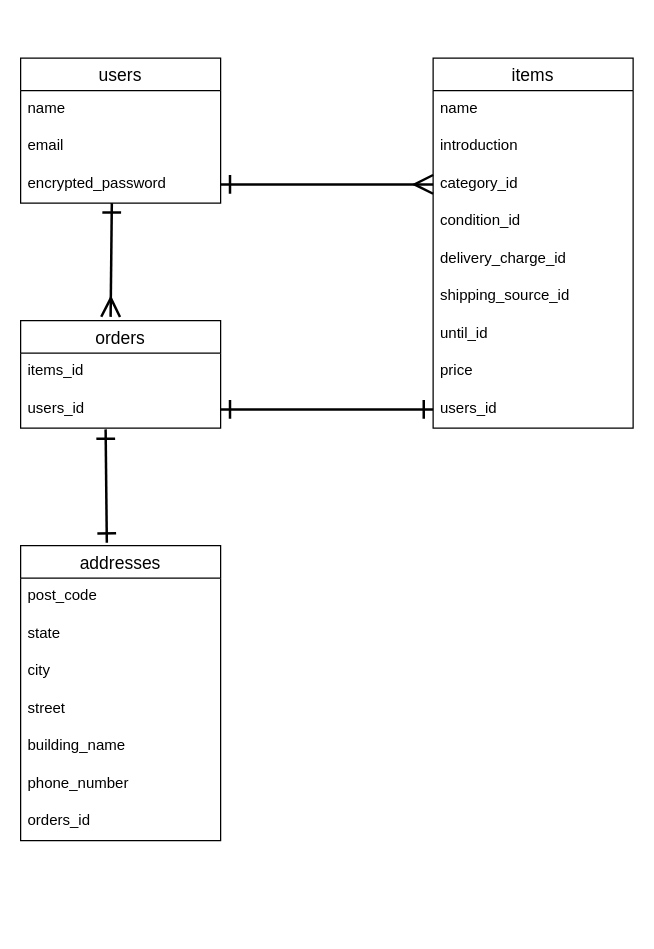
The draw.io diagram ER.dio in sitimi/furima-39707, before the edit. Source tidied: cells renumbered, new cells numbered last; positions are measured from the earlier drawing's top-left corner, leaving out a move shared by most shapes. Both pictures are drawn from the tidied source at 125%, with x=0, y=0 at pixel (20, 58).
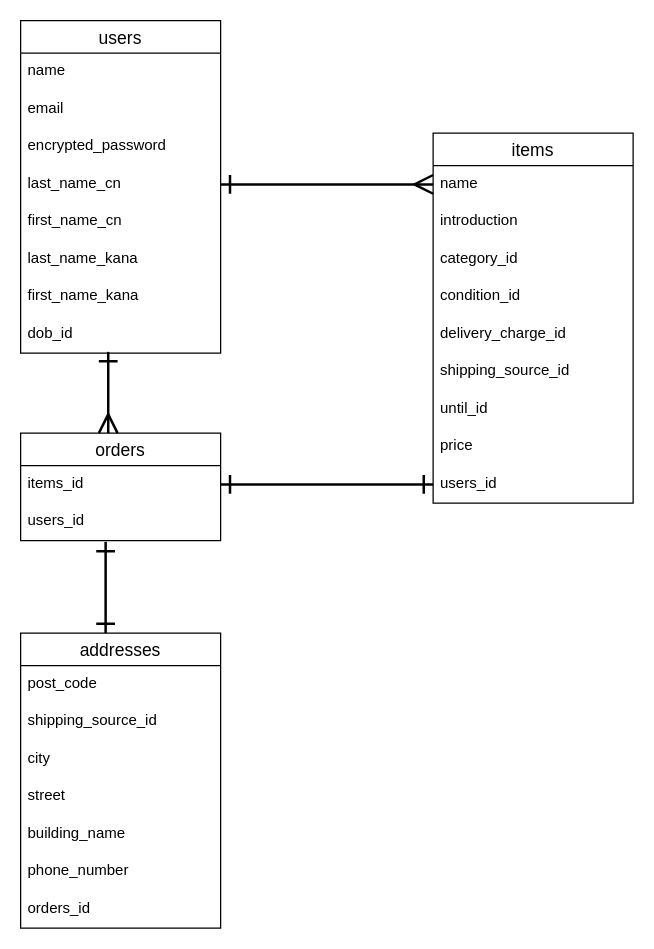
The same diagram, later.

Commit message (it also covers changes not shown here):
カラム修正

Unchanged cells that the change refers to:
```xml
<mxCell id="5" value="encrypted_password" style="text;strokeColor=none;fillColor=none;spacingLeft=4;spacingRight=4;overflow=hidden;points=[[0,0.5],[1,0.5]];portConstraint=eastwest;fontSize=12;" parent="2" vertex="1">
  <mxGeometry y="86" width="160" height="30" as="geometry" />
</mxCell>
<mxCell id="7" value="name" style="text;strokeColor=none;fillColor=none;spacingLeft=4;spacingRight=4;overflow=hidden;points=[[0,0.5],[1,0.5]];portConstraint=eastwest;fontSize=12;" parent="6" vertex="1">
  <mxGeometry y="26" width="160" height="30" as="geometry" />
</mxCell>
<mxCell id="9" value="category_id" style="text;strokeColor=none;fillColor=none;spacingLeft=4;spacingRight=4;overflow=hidden;points=[[0,0.5],[1,0.5]];portConstraint=eastwest;fontSize=12;" parent="6" vertex="1">
  <mxGeometry y="86" width="160" height="30" as="geometry" />
</mxCell>
<mxCell id="15" value="users_id" style="text;strokeColor=none;fillColor=none;spacingLeft=4;spacingRight=4;overflow=hidden;points=[[0,0.5],[1,0.5]];portConstraint=eastwest;fontSize=12;" parent="6" vertex="1">
  <mxGeometry y="266" width="160" height="30" as="geometry" />
</mxCell>
<mxCell id="17" value="items_id" style="text;strokeColor=none;fillColor=none;spacingLeft=4;spacingRight=4;overflow=hidden;points=[[0,0.5],[1,0.5]];portConstraint=eastwest;fontSize=12;" parent="16" vertex="1">
  <mxGeometry y="26" width="160" height="30" as="geometry" />
</mxCell>
<mxCell id="18" value="users_id" style="text;strokeColor=none;fillColor=none;spacingLeft=4;spacingRight=4;overflow=hidden;points=[[0,0.5],[1,0.5]];portConstraint=eastwest;fontSize=12;" parent="16" vertex="1">
  <mxGeometry y="56" width="160" height="30" as="geometry" />
</mxCell>
```

Diff of the diagram source:
```diff
@@
     <mxCell id="2" value="users" style="swimlane;fontStyle=0;horizontal=1;startSize=26;align=center;fontSize=14;" parent="1" vertex="1">
-      <mxGeometry width="160" height="116" as="geometry" />
+      <mxGeometry y="-30" width="160" height="266" as="geometry" />
     </mxCell>
@@
+    <mxCell id="31" value="last_name_cn" style="text;strokeColor=none;fillColor=none;spacingLeft=4;spacingRight=4;overflow=hidden;points=[[0,0.5],[1,0.5]];portConstraint=eastwest;fontSize=12;" parent="2" vertex="1">
+      <mxGeometry y="116" width="160" height="30" as="geometry" />
+    </mxCell>
+    <mxCell id="32" value="first_name_cn" style="text;strokeColor=none;fillColor=none;spacingLeft=4;spacingRight=4;overflow=hidden;fontSize=12;" parent="2" vertex="1">
+      <mxGeometry y="146" width="160" height="30" as="geometry" />
+    </mxCell>
+    <mxCell id="33" value="last_name_kana" style="text;strokeColor=none;fillColor=none;spacingLeft=4;spacingRight=4;overflow=hidden;fontSize=12;" parent="2" vertex="1">
+      <mxGeometry y="176" width="160" height="30" as="geometry" />
+    </mxCell>
+    <mxCell id="34" value="first_name_kana" style="text;strokeColor=none;fillColor=none;spacingLeft=4;spacingRight=4;overflow=hidden;fontSize=12;" parent="2" vertex="1">
+      <mxGeometry y="206" width="160" height="30" as="geometry" />
+    </mxCell>
+    <mxCell id="35" value="dob_id" style="text;strokeColor=none;fillColor=none;spacingLeft=4;spacingRight=4;overflow=hidden;points=[[0,0.5],[1,0.5]];portConstraint=eastwest;fontSize=12;" parent="2" vertex="1">
+      <mxGeometry y="236" width="160" height="30" as="geometry" />
+    </mxCell>
     <mxCell id="6" value="items" style="swimlane;fontStyle=0;horizontal=1;startSize=26;align=center;fontSize=14;" parent="1" vertex="1">
-      <mxGeometry x="330" width="160" height="296" as="geometry" />
+      <mxGeometry x="330" y="60" width="160" height="296" as="geometry" />
     </mxCell>
@@
     <mxCell id="16" value="orders" style="swimlane;fontStyle=0;horizontal=1;startSize=26;align=center;fontSize=14;" parent="1" vertex="1">
-      <mxGeometry y="210" width="160" height="86" as="geometry" />
+      <mxGeometry y="300" width="160" height="86" as="geometry" />
     </mxCell>
@@
     <mxCell id="19" value="addresses" style="swimlane;fontStyle=0;horizontal=1;startSize=26;align=center;fontSize=14;" parent="1" vertex="1">
-      <mxGeometry y="390" width="160" height="236" as="geometry" />
+      <mxGeometry y="460" width="160" height="236" as="geometry" />
     </mxCell>
@@
-    <mxCell id="21" value="state" style="text;strokeColor=none;fillColor=none;spacingLeft=4;spacingRight=4;overflow=hidden;fontSize=12;" parent="19" vertex="1">
+    <mxCell id="21" value="shipping_source_id" style="text;strokeColor=none;fillColor=none;spacingLeft=4;spacingRight=4;overflow=hidden;fontSize=12;" parent="19" vertex="1">
       <mxGeometry y="56" width="160" height="30" as="geometry" />
     </mxCell>
@@
-    <mxCell id="27" style="edgeStyle=none;html=1;exitX=1;exitY=0.5;exitDx=0;exitDy=0;entryX=0;entryY=0.5;entryDx=0;entryDy=0;startArrow=ERone;startFill=0;endArrow=ERmany;endFill=0;endSize=12;startSize=12;strokeWidth=2;" parent="1" edge="1" source="5" target="9">
+    <mxCell id="27" style="edgeStyle=none;html=1;exitX=1;exitY=0.5;exitDx=0;exitDy=0;entryX=0;entryY=0.5;entryDx=0;entryDy=0;startArrow=ERone;startFill=0;endArrow=ERmany;endFill=0;endSize=12;startSize=12;strokeWidth=2;" parent="1" edge="1" source="31" target="7">
       <mxGeometry relative="1" as="geometry" />
     </mxCell>
-    <mxCell id="28" style="endArrow=ERmany;html=1;rounded=0;strokeWidth=2;startSize=12;endSize=12;jumpSize=6;entryX=0.45;entryY=-0.035;entryDx=0;entryDy=0;startArrow=ERone;startFill=0;entryPerimeter=0;exitX=0.456;exitY=1;exitDx=0;exitDy=0;exitPerimeter=0;targetPerimeterSpacing=0;sourcePerimeterSpacing=0;endFill=0;" parent="1" edge="1" source="5" target="16">
+    <mxCell id="28" style="endArrow=ERmany;html=1;rounded=0;strokeWidth=2;startSize=12;endSize=12;jumpSize=6;entryX=0.438;entryY=0;entryDx=0;entryDy=0;startArrow=ERone;startFill=0;entryPerimeter=0;targetPerimeterSpacing=0;sourcePerimeterSpacing=0;endFill=0;exitX=0.438;exitY=0.967;exitDx=0;exitDy=0;exitPerimeter=0;" parent="1" edge="1" source="35" target="16">
       <mxGeometry relative="1" as="geometry" />
     </mxCell>
-    <mxCell id="29" style="edgeStyle=none;jumpSize=6;html=1;exitX=0;exitY=0.5;exitDx=0;exitDy=0;entryX=1;entryY=0.5;entryDx=0;entryDy=0;strokeWidth=2;startArrow=ERone;startFill=0;endArrow=ERone;endFill=0;startSize=12;endSize=12;sourcePerimeterSpacing=0;targetPerimeterSpacing=0;" parent="1" edge="1" source="15" target="18">
+    <mxCell id="29" style="edgeStyle=none;jumpSize=6;html=1;exitX=0;exitY=0.5;exitDx=0;exitDy=0;entryX=1;entryY=0.5;entryDx=0;entryDy=0;strokeWidth=2;startArrow=ERone;startFill=0;endArrow=ERone;endFill=0;startSize=12;endSize=12;sourcePerimeterSpacing=0;targetPerimeterSpacing=0;" parent="1" edge="1" source="15" target="17">
       <mxGeometry relative="1" as="geometry" />
     </mxCell>
-    <mxCell id="30" style="edgeStyle=none;jumpSize=6;html=1;exitX=0.431;exitY=-0.01;exitDx=0;exitDy=0;entryX=0.425;entryY=1.033;entryDx=0;entryDy=0;strokeWidth=2;startArrow=ERone;startFill=0;endArrow=ERone;endFill=0;startSize=12;endSize=12;sourcePerimeterSpacing=0;targetPerimeterSpacing=0;entryPerimeter=0;exitPerimeter=0;" parent="1" edge="1" source="19" target="18">
-      <mxGeometry relative="1" as="geometry" />
+    <mxCell id="30" style="edgeStyle=none;jumpSize=6;html=1;entryX=0.425;entryY=1.033;entryDx=0;entryDy=0;strokeWidth=2;startArrow=ERone;startFill=0;endArrow=ERone;endFill=0;startSize=12;endSize=12;sourcePerimeterSpacing=0;targetPerimeterSpacing=0;entryPerimeter=0;" parent="1" edge="1" target="18">
+      <mxGeometry relative="1" as="geometry">
+        <mxPoint x="68" y="460" as="sourcePoint" />
+      </mxGeometry>
     </mxCell>
```
